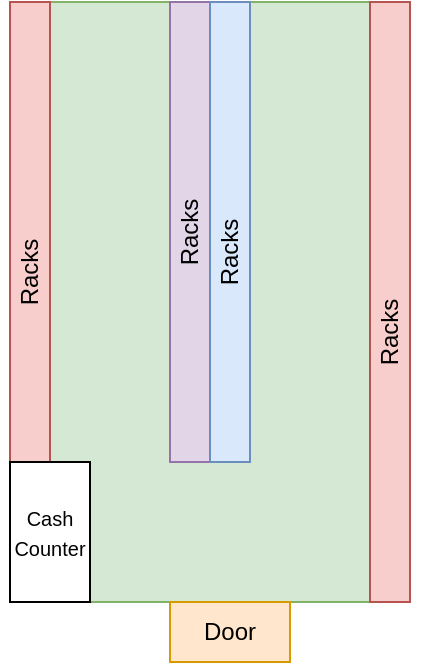
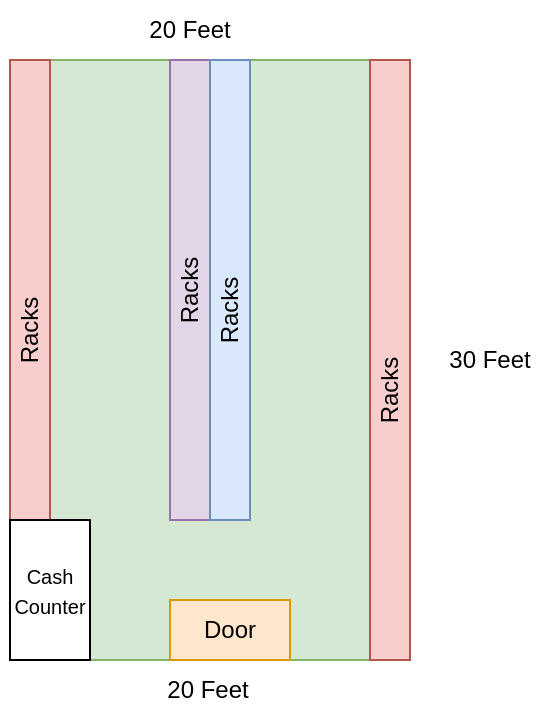
<mxfile host="app.diagrams.net">
  <diagram name="Page-1" id="zG6hiOXuOmAUIq7qCYwK">
    <mxGraphModel dx="1204" dy="674" grid="1" gridSize="10" guides="1" tooltips="1" connect="1" arrows="1" fold="1" page="1" pageScale="1" pageWidth="827" pageHeight="1169" math="0" shadow="0">
      <root>
        <mxCell id="0" />
        <mxCell id="1" parent="0" />
        <mxCell id="E7O0KfWV2V88D2bBGpZ0-1" parent="1" style="whiteSpace=wrap;html=1;fillColor=#d5e8d4;strokeColor=#82b366;" value="" vertex="1">
          <mxGeometry height="300" width="200" x="230" y="170" as="geometry" />
        </mxCell>
        <mxCell id="E7O0KfWV2V88D2bBGpZ0-2" parent="1" style="whiteSpace=wrap;html=1;fillColor=#f8cecc;strokeColor=#b85450;" value="" vertex="1">
          <mxGeometry height="230" width="20" x="230" y="170" as="geometry" />
        </mxCell>
        <mxCell id="E7O0KfWV2V88D2bBGpZ0-3" parent="1" style="whiteSpace=wrap;html=1;fillColor=#f8cecc;strokeColor=#b85450;" value="" vertex="1">
          <mxGeometry height="300" width="20" x="410" y="170" as="geometry" />
        </mxCell>
        <mxCell id="E7O0KfWV2V88D2bBGpZ0-4" parent="1" style="whiteSpace=wrap;html=1;fillColor=#e1d5e7;strokeColor=#9673a6;" value="" vertex="1">
          <mxGeometry height="230" width="20" x="310" y="170" as="geometry" />
        </mxCell>
        <mxCell id="E7O0KfWV2V88D2bBGpZ0-5" parent="1" style="whiteSpace=wrap;html=1;fillColor=#dae8fc;strokeColor=#6c8ebf;" value="" vertex="1">
          <mxGeometry height="230" width="20" x="330" y="170" as="geometry" />
        </mxCell>
        <mxCell id="E7O0KfWV2V88D2bBGpZ0-6" parent="1" style="whiteSpace=wrap;html=1;" value="&lt;font style=&quot;font-size: 10px;&quot;&gt;Cash&lt;/font&gt;&lt;div&gt;&lt;font style=&quot;font-size: 10px;&quot;&gt;Counter&lt;/font&gt;&lt;/div&gt;" vertex="1">
          <mxGeometry height="70" width="40" x="230" y="400" as="geometry" />
        </mxCell>
        <mxCell id="E7O0KfWV2V88D2bBGpZ0-7" parent="1" style="text;html=1;whiteSpace=wrap;strokeColor=none;fillColor=none;align=center;verticalAlign=middle;rounded=0;rotation=270;" value="Racks" vertex="1">
          <mxGeometry height="30" width="60" x="310" y="280" as="geometry" />
        </mxCell>
        <mxCell id="E7O0KfWV2V88D2bBGpZ0-8" parent="1" style="text;html=1;whiteSpace=wrap;strokeColor=none;fillColor=none;align=center;verticalAlign=middle;rounded=0;rotation=270;" value="Racks" vertex="1">
          <mxGeometry height="30" width="60" x="390" y="320" as="geometry" />
        </mxCell>
        <mxCell id="E7O0KfWV2V88D2bBGpZ0-9" parent="1" style="text;html=1;whiteSpace=wrap;strokeColor=none;fillColor=none;align=center;verticalAlign=middle;rounded=0;rotation=270;" value="Racks" vertex="1">
          <mxGeometry height="30" width="60" x="290" y="270" as="geometry" />
        </mxCell>
        <mxCell id="E7O0KfWV2V88D2bBGpZ0-10" parent="1" style="text;html=1;whiteSpace=wrap;strokeColor=none;fillColor=none;align=center;verticalAlign=middle;rounded=0;rotation=270;" value="Racks" vertex="1">
          <mxGeometry height="30" width="60" x="210" y="290" as="geometry" />
        </mxCell>
        <mxCell id="E7O0KfWV2V88D2bBGpZ0-11" parent="1" style="text;html=1;whiteSpace=wrap;strokeColor=#d79b00;fillColor=#ffe6cc;align=center;verticalAlign=middle;rounded=0;" value="Door" vertex="1">
-           <mxGeometry height="30" width="60" x="310" y="470" as="geometry" />
+           <mxGeometry height="30" width="60" x="310" y="440" as="geometry" />
+         </mxCell>
+         <mxCell id="E7O0KfWV2V88D2bBGpZ0-12" parent="1" style="text;html=1;whiteSpace=wrap;strokeColor=none;fillColor=none;align=center;verticalAlign=middle;rounded=0;" value="20 Feet" vertex="1">
+           <mxGeometry height="30" width="60" x="299" y="470" as="geometry" />
+         </mxCell>
+         <mxCell id="E7O0KfWV2V88D2bBGpZ0-13" parent="1" style="text;html=1;whiteSpace=wrap;strokeColor=none;fillColor=none;align=center;verticalAlign=middle;rounded=0;" value="20 Feet" vertex="1">
+           <mxGeometry height="30" width="60" x="290" y="140" as="geometry" />
+         </mxCell>
+         <mxCell id="E7O0KfWV2V88D2bBGpZ0-14" parent="1" style="text;html=1;whiteSpace=wrap;strokeColor=none;fillColor=none;align=center;verticalAlign=middle;rounded=0;" value="30 Feet" vertex="1">
+           <mxGeometry height="30" width="60" x="440" y="305" as="geometry" />
        </mxCell>
      </root>
    </mxGraphModel>
  </diagram>
</mxfile>
